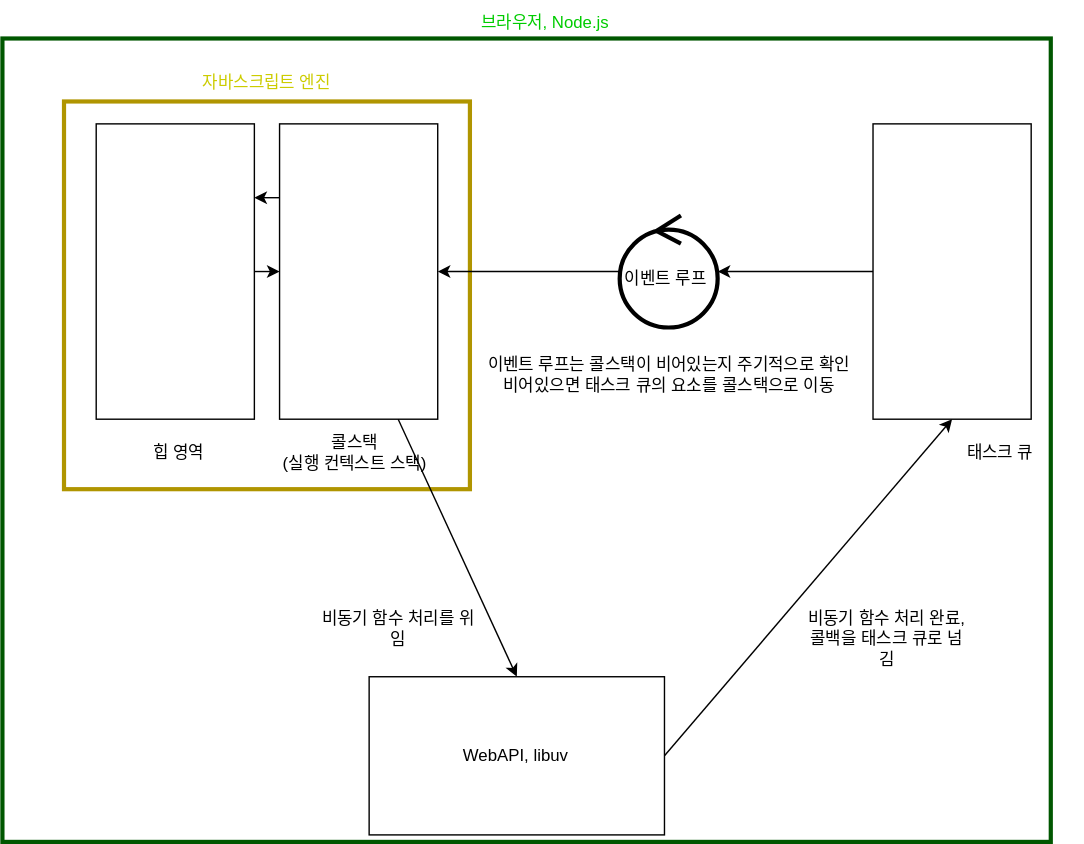
This is JavaScript/브라우저, nodejs 환경/index.drawio.svg from daniel-juyeon-kim/archive, a draw.io export, as it was before one commit. Source tidied: cells renumbered, new cells last; positions are measured from the earlier drawing's top-left corner, leaving out a move shared by most shapes.
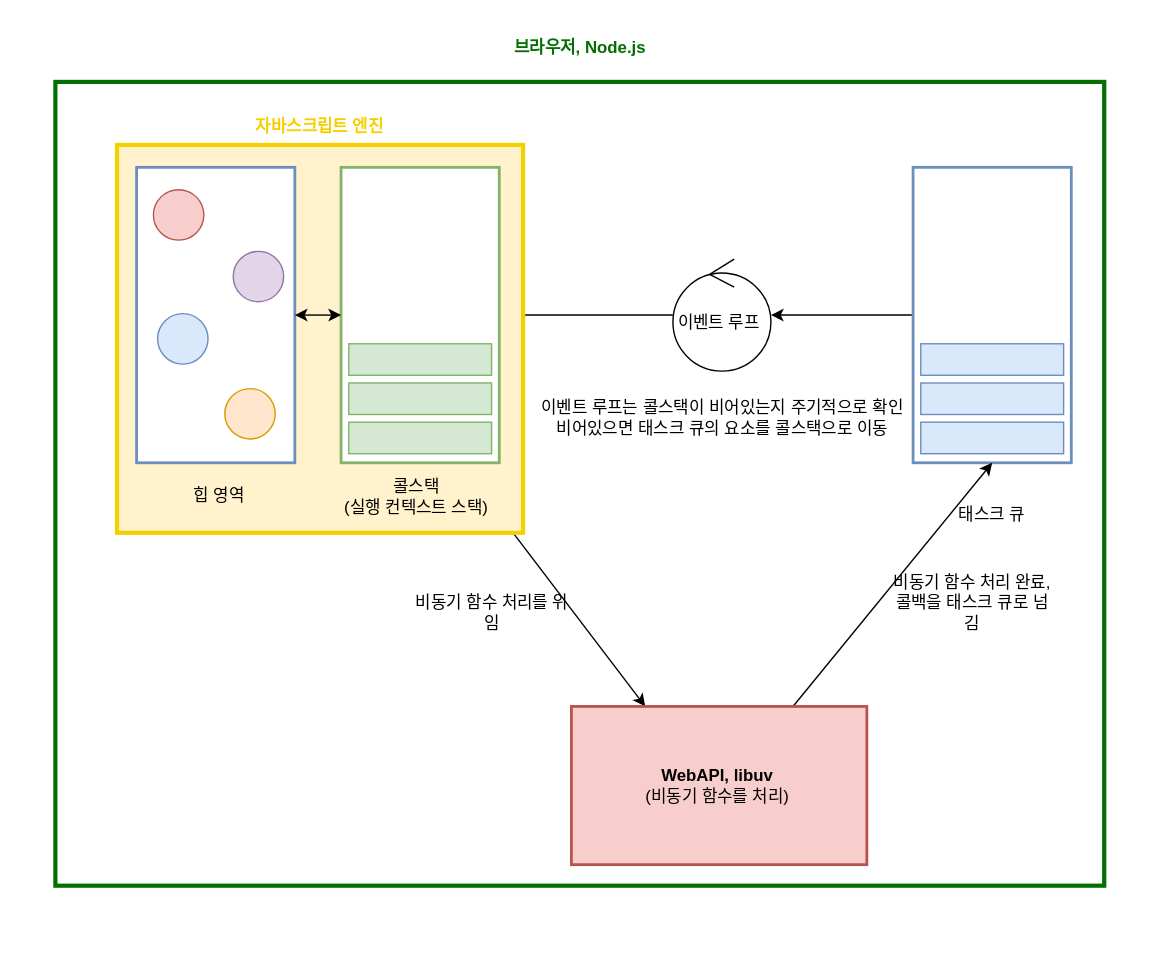
Above is the later version.

What changed in the source:
```diff
@@ -1,69 +1,48 @@
-<mxGraphModel>
+<mxGraphModel background="#ffffff">
   <root>
     <mxCell id="0" />
     <mxCell id="1" parent="0" />
+    <mxCell id="25" style="rounded=0;whiteSpace=wrap;html=1;strokeColor=none;strokeWidth=2;fillColor=none;" parent="1" vertex="1">
+      <mxGeometry x="-38.8" y="-31.6" width="826.5" height="689.2" as="geometry" />
+    </mxCell>
-    <mxCell id="2" style="rounded=0;whiteSpace=wrap;html=1;fillColor=none;fontColor=#ffffff;strokeColor=#005700;strokeWidth=3;" parent="1" vertex="1">
+    <mxCell id="2" style="rounded=0;whiteSpace=wrap;html=1;fillColor=none;strokeColor=#036E01;strokeWidth=3;" parent="1" vertex="1">
       <mxGeometry y="26" width="749" height="574" as="geometry" />
     </mxCell>
-    <mxCell id="3" style="rounded=0;whiteSpace=wrap;html=1;fillColor=none;fontColor=#000000;strokeColor=#B09500;strokeWidth=3;" parent="1" vertex="1">
-      <mxGeometry x="44" y="71" width="290" height="277" as="geometry" />
-    </mxCell>
-    <mxCell id="4" style="edgeStyle=none;html=1;exitX=1;exitY=0.5;exitDx=0;exitDy=0;entryX=0;entryY=0.5;entryDx=0;entryDy=0;" parent="1" edge="1" source="5" target="8">
-      <mxGeometry relative="1" as="geometry" />
-    </mxCell>
-    <mxCell id="5" style="rounded=0;whiteSpace=wrap;html=1;fillColor=none;" parent="1" vertex="1">
-      <mxGeometry x="67" y="87" width="113" height="211" as="geometry" />
-    </mxCell>
-    <mxCell id="6" style="edgeStyle=none;html=1;exitX=0;exitY=0.25;exitDx=0;exitDy=0;entryX=1;entryY=0.25;entryDx=0;entryDy=0;" parent="1" edge="1" source="8" target="5">
-      <mxGeometry relative="1" as="geometry" />
-    </mxCell>
-    <mxCell id="7" style="edgeStyle=none;html=1;exitX=0.75;exitY=1;exitDx=0;exitDy=0;entryX=0;entryY=0.5;entryDx=0;entryDy=0;fontColor=#FFFFFF;" parent="1" edge="1" source="8" target="17">
+    <mxCell id="7" style="edgeStyle=none;html=1;exitX=0.75;exitY=1;exitDx=0;exitDy=0;entryX=0;entryY=0.75;entryDx=0;entryDy=0;fontColor=#FFFFFF;" parent="1" edge="1" source="8" target="17">
       <mxGeometry relative="1" as="geometry" />
     </mxCell>
-    <mxCell id="8" style="rounded=0;whiteSpace=wrap;html=1;fillColor=none;" parent="1" vertex="1">
-      <mxGeometry x="198" y="87" width="113" height="211" as="geometry" />
-    </mxCell>
-    <mxCell id="9" value="콜스택&lt;br&gt;(실행 컨텍스트 스택)" style="text;html=1;strokeColor=none;fillColor=none;align=center;verticalAlign=middle;whiteSpace=wrap;rounded=0;" parent="1" vertex="1">
-      <mxGeometry x="193" y="307" width="118" height="30" as="geometry" />
-    </mxCell>
-    <mxCell id="10" value="힙 영역" style="text;html=1;strokeColor=none;fillColor=none;align=center;verticalAlign=middle;whiteSpace=wrap;rounded=0;" parent="1" vertex="1">
-      <mxGeometry x="67" y="307" width="118" height="30" as="geometry" />
-    </mxCell>
-    <mxCell id="11" value="자바스크립트 엔진" style="text;html=1;strokeColor=none;fillColor=none;align=center;verticalAlign=middle;whiteSpace=wrap;rounded=0;fontColor=#CCCC00;" parent="1" vertex="1">
-      <mxGeometry x="125" y="43" width="128" height="30" as="geometry" />
-    </mxCell>
-    <mxCell id="12" value="브라우저, Node.js" style="text;html=1;strokeColor=none;fillColor=none;align=center;verticalAlign=middle;whiteSpace=wrap;rounded=0;strokeWidth=3;fontColor=#00CC00;" parent="1" vertex="1">
-      <mxGeometry x="324.5" width="126" height="30" as="geometry" />
+    <mxCell id="12" value="브라우저, Node.js" style="text;html=1;strokeColor=none;fillColor=none;align=center;verticalAlign=middle;whiteSpace=wrap;rounded=0;strokeWidth=3;fontColor=#036E01;fontStyle=1;" parent="1" vertex="1">
+      <mxGeometry x="311.5" y="-13" width="126" height="30" as="geometry" />
     </mxCell>
     <mxCell id="13" style="edgeStyle=none;html=1;exitX=0;exitY=0.5;exitDx=0;exitDy=0;fontColor=#FFFFFF;" parent="1" edge="1" source="14" target="19">
       <mxGeometry relative="1" as="geometry" />
     </mxCell>
-    <mxCell id="14" style="rounded=0;whiteSpace=wrap;html=1;fillColor=none;" parent="1" vertex="1">
-      <mxGeometry x="622" y="87" width="113" height="211" as="geometry" />
+    <mxCell id="14" style="rounded=0;whiteSpace=wrap;html=1;fillColor=default;strokeColor=#6c8ebf;strokeWidth=2;" parent="1" vertex="1">
+      <mxGeometry x="612.5" y="87" width="113" height="211" as="geometry" />
     </mxCell>
     <mxCell id="15" value="태스크 큐" style="text;html=1;strokeColor=none;fillColor=none;align=center;verticalAlign=middle;whiteSpace=wrap;rounded=0;" parent="1" vertex="1">
-      <mxGeometry x="654" y="307" width="118" height="30" as="geometry" />
+      <mxGeometry x="610" y="320" width="118" height="30" as="geometry" />
     </mxCell>
-    <mxCell id="16" style="edgeStyle=none;html=1;exitX=0.5;exitY=0;exitDx=0;exitDy=0;entryX=0.5;entryY=1;entryDx=0;entryDy=0;fontColor=#FFFFFF;labelBackgroundColor=none;" parent="1" edge="1" source="17" target="14">
+    <mxCell id="16" style="edgeStyle=none;html=1;exitX=0;exitY=0.25;exitDx=0;exitDy=0;entryX=0.5;entryY=1;entryDx=0;entryDy=0;fontColor=#FFFFFF;labelBackgroundColor=none;" parent="1" edge="1" source="17" target="14">
       <mxGeometry x="0.11" y="-23" relative="1" as="geometry" />
     </mxCell>
-    <mxCell id="17" style="rounded=0;whiteSpace=wrap;html=1;fillColor=none;direction=south;" parent="1" vertex="1">
-      <mxGeometry x="262" y="482" width="211" height="113" as="geometry" />
+    <mxCell id="17" style="rounded=0;whiteSpace=wrap;html=1;fillColor=#f8cecc;direction=south;strokeColor=#b85450;strokeWidth=2;" parent="1" vertex="1">
+      <mxGeometry x="368.5" y="472" width="211" height="113" as="geometry" />
     </mxCell>
-    <mxCell id="18" value="WebAPI, libuv" style="text;html=1;strokeColor=none;fillColor=none;align=center;verticalAlign=middle;whiteSpace=wrap;rounded=0;" parent="1" vertex="1">
-      <mxGeometry x="307.5" y="523.5" width="118" height="30" as="geometry" />
+    <mxCell id="18" value="&lt;b&gt;WebAPI, libuv&lt;/b&gt;&lt;br&gt;(비동기 함수를 처리)" style="text;html=1;strokeColor=none;fillColor=none;align=center;verticalAlign=middle;whiteSpace=wrap;rounded=0;" parent="1" vertex="1">
+      <mxGeometry x="414" y="513.5" width="118" height="30" as="geometry" />
     </mxCell>
-    <mxCell id="19" style="ellipse;shape=umlControl;whiteSpace=wrap;html=1;strokeWidth=3;fontColor=#00CC00;fillColor=none;" parent="1" vertex="1">
+    <mxCell id="19" style="ellipse;shape=umlControl;whiteSpace=wrap;html=1;strokeWidth=1;fontColor=#00CC00;fillColor=default;" parent="1" vertex="1">
       <mxGeometry x="441" y="152.5" width="70" height="80" as="geometry" />
     </mxCell>
     <mxCell id="20" style="edgeStyle=none;html=1;fontColor=#FFFFFF;" parent="1" edge="1" source="19" target="8">
       <mxGeometry relative="1" as="geometry" />
     </mxCell>
     <mxCell id="21" value="비동기 함수 처리를 위임" style="text;html=1;strokeColor=none;fillColor=none;align=center;verticalAlign=middle;whiteSpace=wrap;rounded=0;" parent="1" vertex="1">
-      <mxGeometry x="224" y="433" width="118" height="30" as="geometry" />
+      <mxGeometry x="253" y="390" width="118" height="30" as="geometry" />
     </mxCell>
     <mxCell id="22" value="비동기 함수 처리 완료,&lt;br&gt;콜백을 태스크 큐로 넘김" style="text;html=1;strokeColor=none;fillColor=none;align=center;verticalAlign=middle;whiteSpace=wrap;rounded=0;" parent="1" vertex="1">
-      <mxGeometry x="573" y="440" width="118" height="30" as="geometry" />
+      <mxGeometry x="596" y="383" width="118" height="30" as="geometry" />
     </mxCell>
     <mxCell id="23" value="이벤트 루프" style="text;html=1;strokeColor=none;fillColor=none;align=center;verticalAlign=middle;whiteSpace=wrap;rounded=0;" parent="1" vertex="1">
       <mxGeometry x="415" y="183" width="118" height="30" as="geometry" />
@@ -71,5 +50,59 @@
     <mxCell id="24" value="이벤트 루프는 콜스택이 비어있는지 주기적으로 확인&lt;br&gt;비어있으면 태스크 큐의 요소를 콜스택으로 이동" style="text;html=1;strokeColor=none;fillColor=none;align=center;verticalAlign=middle;whiteSpace=wrap;rounded=0;" parent="1" vertex="1">
       <mxGeometry x="339.5" y="251" width="273" height="30" as="geometry" />
     </mxCell>
+    <mxCell id="26" style="group;strokeColor=none;fillColor=none;strokeWidth=2;" parent="1" vertex="1">
+      <mxGeometry x="44" y="43" width="290" height="305" as="geometry" />
+    </mxCell>
+    <mxCell id="3" style="rounded=0;whiteSpace=wrap;html=1;fillColor=#fff2cc;strokeColor=#F5CF00;strokeWidth=3;" parent="26" vertex="1">
+      <mxGeometry y="28" width="290" height="277" as="geometry" />
+    </mxCell>
+    <mxCell id="5" style="rounded=0;whiteSpace=wrap;html=1;fillColor=default;strokeColor=#6c8ebf;strokeWidth=2;" parent="26" vertex="1">
+      <mxGeometry x="14" y="44" width="113" height="211" as="geometry" />
+    </mxCell>
+    <mxCell id="8" style="rounded=0;whiteSpace=wrap;html=1;fillColor=default;strokeColor=#82b366;strokeWidth=2;" parent="26" vertex="1">
+      <mxGeometry x="160" y="44" width="113" height="211" as="geometry" />
+    </mxCell>
+    <mxCell id="4" style="edgeStyle=none;html=1;exitX=1;exitY=0.5;exitDx=0;exitDy=0;entryX=0;entryY=0.5;entryDx=0;entryDy=0;startArrow=classic;startFill=1;" parent="26" edge="1" source="5" target="8">
+      <mxGeometry relative="1" as="geometry" />
+    </mxCell>
+    <mxCell id="9" value="콜스택&lt;br&gt;(실행 컨텍스트 스택)" style="text;html=1;strokeColor=none;fillColor=none;align=center;verticalAlign=middle;whiteSpace=wrap;rounded=0;" parent="26" vertex="1">
+      <mxGeometry x="155" y="264" width="118" height="30" as="geometry" />
+    </mxCell>
+    <mxCell id="10" value="힙 영역" style="text;html=1;strokeColor=none;fillColor=none;align=center;verticalAlign=middle;whiteSpace=wrap;rounded=0;" parent="26" vertex="1">
+      <mxGeometry x="14" y="264" width="118" height="30" as="geometry" />
+    </mxCell>
+    <mxCell id="11" value="자바스크립트 엔진" style="text;html=1;strokeColor=none;fillColor=none;align=center;verticalAlign=middle;whiteSpace=wrap;rounded=0;fontColor=#F5CF00;fontStyle=1;" parent="26" vertex="1">
+      <mxGeometry x="81" width="128" height="30" as="geometry" />
+    </mxCell>
+    <mxCell id="27" style="ellipse;whiteSpace=wrap;html=1;fillColor=#ffe6cc;strokeColor=#d79b00;" parent="26" vertex="1">
+      <mxGeometry x="77" y="202" width="36" height="36" as="geometry" />
+    </mxCell>
+    <mxCell id="28" style="ellipse;whiteSpace=wrap;html=1;fillColor=#f8cecc;strokeColor=#b85450;" parent="26" vertex="1">
+      <mxGeometry x="26" y="60" width="36" height="36" as="geometry" />
+    </mxCell>
+    <mxCell id="29" style="ellipse;whiteSpace=wrap;html=1;fillColor=#e1d5e7;strokeColor=#9673a6;" parent="26" vertex="1">
+      <mxGeometry x="83" y="104" width="36" height="36" as="geometry" />
+    </mxCell>
+    <mxCell id="30" style="ellipse;whiteSpace=wrap;html=1;fillColor=#dae8fc;strokeColor=#6c8ebf;" parent="26" vertex="1">
+      <mxGeometry x="29" y="148.5" width="36" height="36" as="geometry" />
+    </mxCell>
+    <mxCell id="31" style="rounded=0;whiteSpace=wrap;html=1;fillColor=#d5e8d4;strokeColor=#82b366;" parent="26" vertex="1">
+      <mxGeometry x="165.5" y="226" width="102" height="22.5" as="geometry" />
+    </mxCell>
+    <mxCell id="32" style="rounded=0;whiteSpace=wrap;html=1;fillColor=#d5e8d4;strokeColor=#82b366;" parent="26" vertex="1">
+      <mxGeometry x="165.5" y="170" width="102" height="22.5" as="geometry" />
+    </mxCell>
+    <mxCell id="33" style="rounded=0;whiteSpace=wrap;html=1;fillColor=#d5e8d4;strokeColor=#82b366;" parent="26" vertex="1">
+      <mxGeometry x="165.5" y="198" width="102" height="22.5" as="geometry" />
+    </mxCell>
+    <mxCell id="34" style="rounded=0;whiteSpace=wrap;html=1;fillColor=#dae8fc;strokeColor=#6c8ebf;" parent="1" vertex="1">
+      <mxGeometry x="618" y="269" width="102" height="22.5" as="geometry" />
+    </mxCell>
+    <mxCell id="35" style="rounded=0;whiteSpace=wrap;html=1;fillColor=#dae8fc;strokeColor=#6c8ebf;" parent="1" vertex="1">
+      <mxGeometry x="618" y="213" width="102" height="22.5" as="geometry" />
+    </mxCell>
+    <mxCell id="36" style="rounded=0;whiteSpace=wrap;html=1;fillColor=#dae8fc;strokeColor=#6c8ebf;" parent="1" vertex="1">
+      <mxGeometry x="618" y="241" width="102" height="22.5" as="geometry" />
+    </mxCell>
   </root>
 </mxGraphModel>
```
